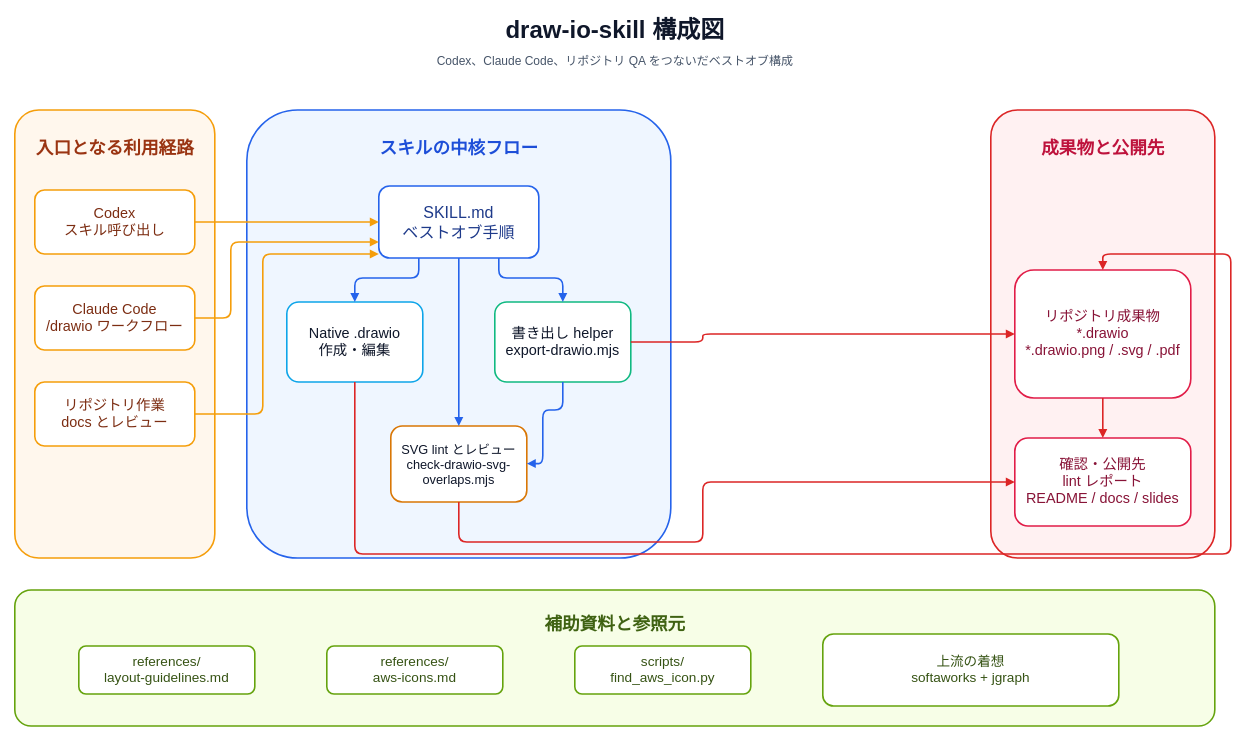
This is assets/draw-io-skill-structure.ja.drawio from Sunwood-ai-labs/draw-io-skill, a draw.io file, before an edit. Source tidied: cells renumbered, new cells numbered last; positions are measured from the earlier drawing's top-left corner, leaving out a move shared by most shapes. Both pictures are drawn from the tidied source at 80%, with x=0, y=0 at pixel (14, 14).
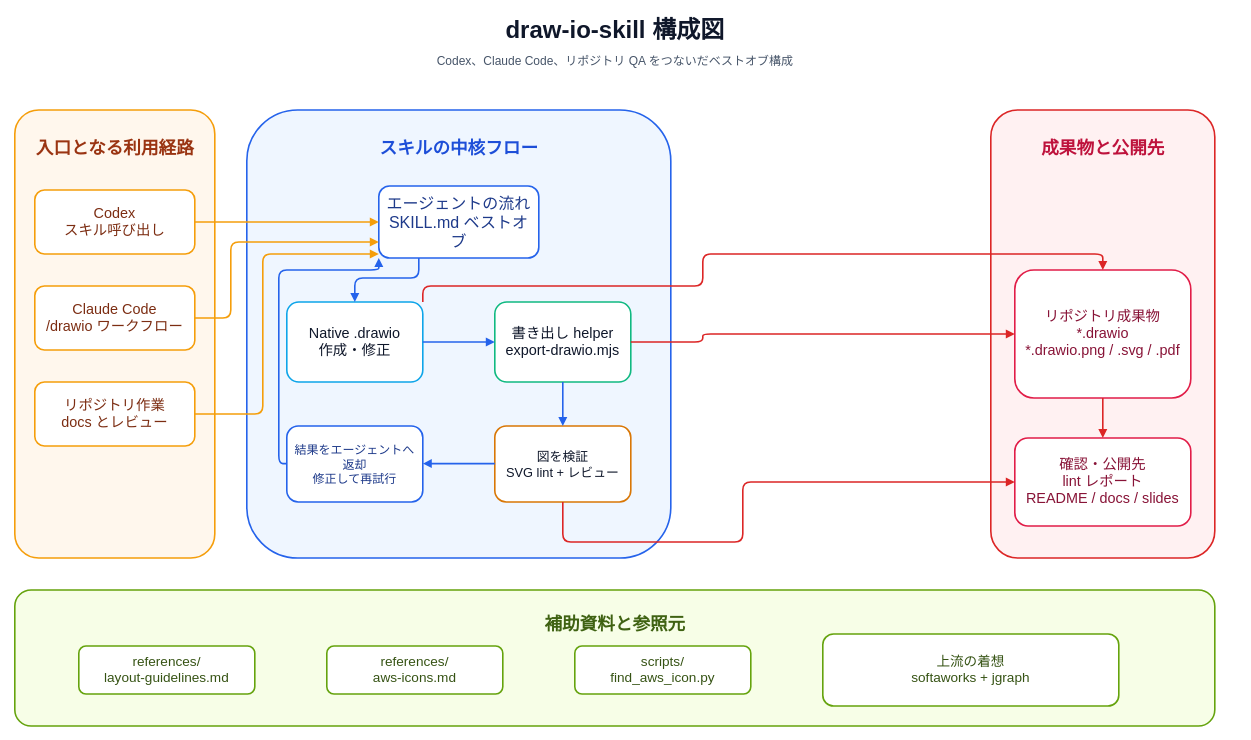
The same page after the edit.

Commit message (it also covers changes not shown here):
🔁 Clarify diagram validation feedback loop

Change to the diagram source:
```diff
@@
-    <mxCell id="15" value="SKILL.md&lt;br&gt;ベストオブ手順" style="rounded=1;whiteSpace=wrap;html=1;fillColor=#ffffff;strokeColor=#2563eb;strokeWidth=2;fontSize=20;fontFamily=Noto Sans JP;fontColor=#1e3a8a;align=center;verticalAlign=middle;spacing=8;" parent="1" vertex="1">
+    <mxCell id="15" value="エージェントの流れ&lt;br&gt;SKILL.md ベストオブ" style="rounded=1;whiteSpace=wrap;html=1;fillColor=#ffffff;strokeColor=#2563eb;strokeWidth=2;fontSize=20;fontFamily=Noto Sans JP;fontColor=#1e3a8a;align=center;verticalAlign=middle;spacing=8;" parent="1" vertex="1">
       <mxGeometry x="455" y="215" width="200" height="90" as="geometry" />
     </mxCell>
-    <mxCell id="16" value="Native .drawio&lt;br&gt;作成・編集" style="rounded=1;whiteSpace=wrap;html=1;fillColor=#ffffff;strokeColor=#0ea5e9;strokeWidth=2;fontSize=18;fontFamily=Noto Sans JP;fontColor=#0f172a;align=center;verticalAlign=middle;spacing=8;" parent="1" vertex="1">
+    <mxCell id="16" value="Native .drawio&lt;br&gt;作成・修正" style="rounded=1;whiteSpace=wrap;html=1;fillColor=#ffffff;strokeColor=#0ea5e9;strokeWidth=2;fontSize=18;fontFamily=Noto Sans JP;fontColor=#0f172a;align=center;verticalAlign=middle;spacing=8;" parent="1" vertex="1">
       <mxGeometry x="340" y="360" width="170" height="100" as="geometry" />
     </mxCell>
@@
-    <mxCell id="18" value="SVG lint とレビュー&lt;br&gt;check-drawio-svg-overlaps.mjs" style="rounded=1;whiteSpace=wrap;html=1;fillColor=#ffffff;strokeColor=#d97706;strokeWidth=2;fontSize=16;fontFamily=Noto Sans JP;fontColor=#0f172a;align=center;verticalAlign=middle;spacing=8;" parent="1" vertex="1">
-      <mxGeometry x="470" y="515" width="170" height="95" as="geometry" />
+    <mxCell id="18" value="図を検証&lt;br&gt;SVG lint + レビュー" style="rounded=1;whiteSpace=wrap;html=1;fillColor=#ffffff;strokeColor=#d97706;strokeWidth=2;fontSize=16;fontFamily=Noto Sans JP;fontColor=#0f172a;align=center;verticalAlign=middle;spacing=8;" parent="1" vertex="1">
+      <mxGeometry x="600" y="515" width="170" height="95" as="geometry" />
     </mxCell>
+    <mxCell id="36" value="結果をエージェントへ返却&lt;br&gt;修正して再試行" style="rounded=1;whiteSpace=wrap;html=1;fillColor=#ffffff;strokeColor=#2563eb;strokeWidth=2;fontSize=15;fontFamily=Noto Sans JP;fontColor=#1e3a8a;align=center;verticalAlign=middle;spacing=8;" parent="1" vertex="1">
+      <mxGeometry x="340" y="515" width="170" height="95" as="geometry" />
+    </mxCell>
@@
-    <mxCell id="29" style="edgeStyle=orthogonalEdgeStyle;rounded=1;orthogonalLoop=1;jettySize=auto;html=1;endArrow=block;endFill=1;strokeWidth=2;strokeColor=#2563eb;" parent="1" edge="1">
-      <mxGeometry relative="1" as="geometry">
-        <mxPoint x="605" y="305" as="sourcePoint" />
-        <mxPoint x="685" y="360" as="targetPoint" />
-        <Array as="points">
-          <mxPoint x="605" y="330" />
-          <mxPoint x="685" y="330" />
-        </Array>
-      </mxGeometry>
-    </mxCell>
-    <mxCell id="30" style="edgeStyle=orthogonalEdgeStyle;rounded=1;orthogonalLoop=1;jettySize=auto;html=1;endArrow=block;endFill=1;strokeWidth=2;strokeColor=#2563eb;" parent="1" edge="1">
-      <mxGeometry relative="1" as="geometry">
-        <mxPoint x="555" y="305" as="sourcePoint" />
-        <mxPoint x="555" y="515" as="targetPoint" />
-      </mxGeometry>
-    </mxCell>
+    <mxCell id="37" style="edgeStyle=orthogonalEdgeStyle;rounded=1;orthogonalLoop=1;jettySize=auto;html=1;endArrow=block;endFill=1;strokeWidth=2;strokeColor=#2563eb;" parent="1" edge="1">
+      <mxGeometry relative="1" as="geometry">
+        <mxPoint x="510" y="410" as="sourcePoint" />
+        <mxPoint x="600" y="410" as="targetPoint" />
+      </mxGeometry>
+    </mxCell>
+    <mxCell id="38" style="edgeStyle=orthogonalEdgeStyle;rounded=1;orthogonalLoop=1;jettySize=auto;html=1;endArrow=block;endFill=1;strokeWidth=2;strokeColor=#2563eb;" parent="1" edge="1">
+      <mxGeometry relative="1" as="geometry">
+        <mxPoint x="340" y="562" as="sourcePoint" />
+        <mxPoint x="455" y="305" as="targetPoint" />
+        <Array as="points">
+          <mxPoint x="330" y="562" />
+          <mxPoint x="330" y="320" />
+          <mxPoint x="455" y="320" />
+        </Array>
+      </mxGeometry>
+    </mxCell>
     <mxCell id="31" style="edgeStyle=orthogonalEdgeStyle;rounded=1;orthogonalLoop=1;jettySize=auto;html=1;endArrow=block;endFill=1;strokeWidth=2;strokeColor=#2563eb;" parent="1" edge="1">
       <mxGeometry relative="1" as="geometry">
         <mxPoint x="685" y="460" as="sourcePoint" />
-        <mxPoint x="640" y="562" as="targetPoint" />
-        <Array as="points">
-          <mxPoint x="685" y="495" />
-          <mxPoint x="660" y="495" />
-          <mxPoint x="660" y="562" />
-        </Array>
+        <mxPoint x="685" y="515" as="targetPoint" />
       </mxGeometry>
     </mxCell>
+    <mxCell id="39" style="edgeStyle=orthogonalEdgeStyle;rounded=1;orthogonalLoop=1;jettySize=auto;html=1;endArrow=block;endFill=1;strokeWidth=2;strokeColor=#2563eb;" parent="1" edge="1">
+      <mxGeometry relative="1" as="geometry">
+        <mxPoint x="600" y="562" as="sourcePoint" />
+        <mxPoint x="510" y="562" as="targetPoint" />
+      </mxGeometry>
+    </mxCell>
     <mxCell id="32" style="edgeStyle=orthogonalEdgeStyle;rounded=1;orthogonalLoop=1;jettySize=auto;html=1;endArrow=block;endFill=1;strokeWidth=2;strokeColor=#dc2626;" parent="1" edge="1">
       <mxGeometry relative="1" as="geometry">
-        <mxPoint x="425" y="460" as="sourcePoint" />
+        <mxPoint x="510" y="360" as="sourcePoint" />
         <mxPoint x="1360" y="320" as="targetPoint" />
         <Array as="points">
-          <mxPoint x="425" y="675" />
-          <mxPoint x="1520" y="675" />
-          <mxPoint x="1520" y="300" />
+          <mxPoint x="510" y="340" />
+          <mxPoint x="860" y="340" />
+          <mxPoint x="860" y="300" />
           <mxPoint x="1360" y="300" />
         </Array>
       </mxGeometry>
     </mxCell>
@@
     <mxCell id="34" style="edgeStyle=orthogonalEdgeStyle;rounded=1;orthogonalLoop=1;jettySize=auto;html=1;endArrow=block;endFill=1;strokeWidth=2;strokeColor=#dc2626;" parent="1" edge="1">
       <mxGeometry relative="1" as="geometry">
-        <mxPoint x="555" y="610" as="sourcePoint" />
+        <mxPoint x="685" y="610" as="sourcePoint" />
         <mxPoint x="1250" y="585" as="targetPoint" />
         <Array as="points">
-          <mxPoint x="555" y="660" />
-          <mxPoint x="860" y="660" />
-          <mxPoint x="860" y="585" />
+          <mxPoint x="685" y="660" />
+          <mxPoint x="910" y="660" />
+          <mxPoint x="910" y="585" />
         </Array>
       </mxGeometry>
     </mxCell>
```
